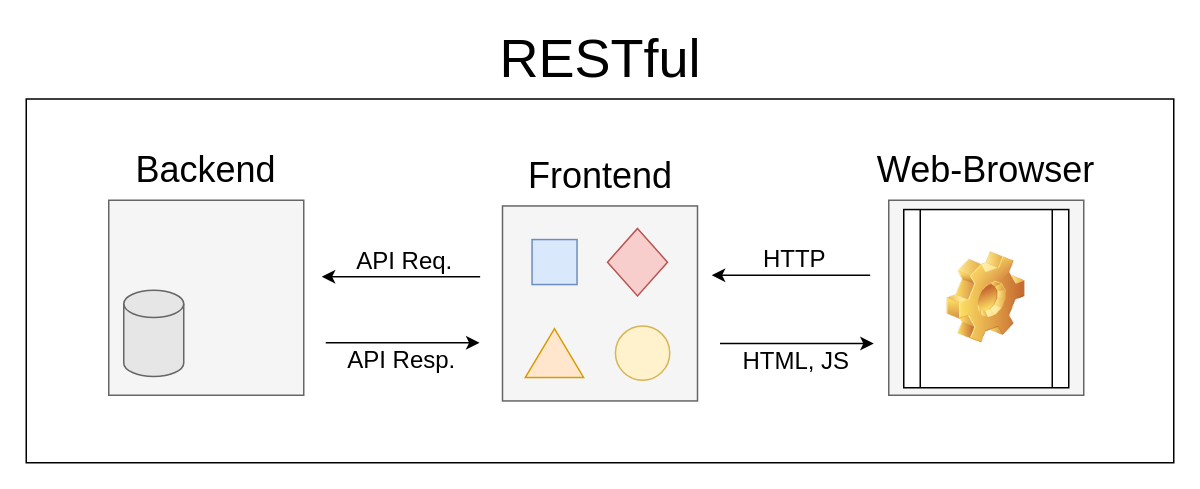
The draw.io diagram images/RESTful.drawio in DamianB-BitFlipper/MEng-Thesis, before the edit. Source tidied: cells renumbered, new cells numbered last; positions are measured from the earlier drawing's top-left corner, leaving out a move shared by most shapes. Both pictures are drawn from the tidied source at 150%, with x=0, y=0 at pixel (26, 42).
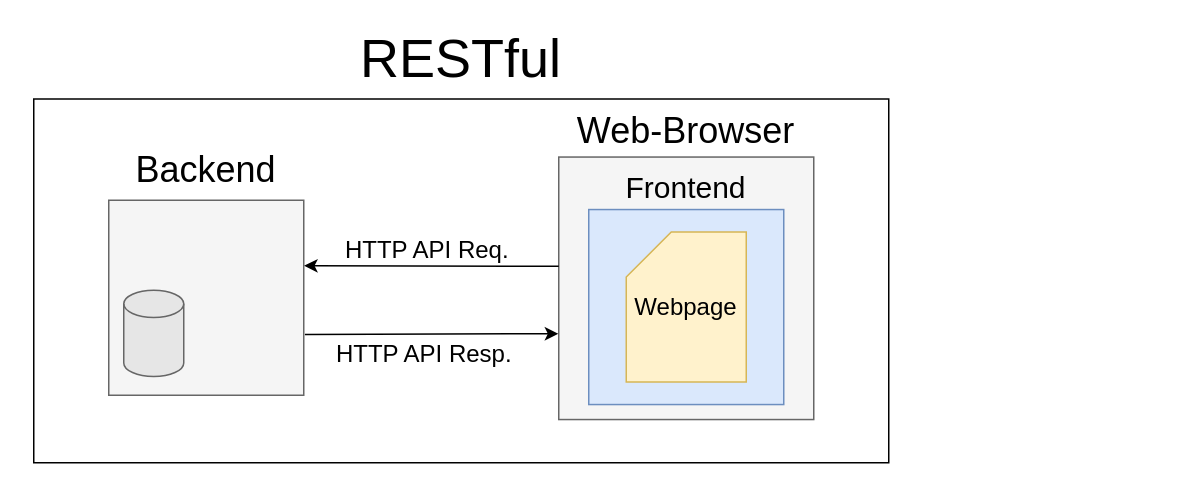
The same page after the edit.

Unchanged cells that the change refers to:
```xml
<mxCell id="10" style="rounded=0;whiteSpace=wrap;html=1;fillColor=#f5f5f5;strokeColor=#666666;fontColor=#333333;" parent="1" vertex="1">
  <mxGeometry x="55" y="105" width="130" height="130" as="geometry" />
</mxCell>
```

The edit, as a diff of the source:
```diff
@@
     <mxCell id="2" style="rounded=0;whiteSpace=wrap;html=1;" parent="1" vertex="1">
-      <mxGeometry y="37.5" width="765" height="242.5" as="geometry" />
+      <mxGeometry x="5" y="37.5" width="570" height="242.5" as="geometry" />
     </mxCell>
     <mxCell id="3" value="&lt;font style=&quot;font-size: 36px&quot;&gt;RESTful&lt;/font&gt;" style="text;html=1;strokeColor=none;fillColor=none;align=center;verticalAlign=middle;whiteSpace=wrap;rounded=0;" parent="1" vertex="1">
-      <mxGeometry x="187.5" width="390" height="20" as="geometry" />
+      <mxGeometry x="95" width="390" height="20" as="geometry" />
     </mxCell>
-    <mxCell id="4" style="rounded=0;whiteSpace=wrap;html=1;fillColor=#f5f5f5;strokeColor=#666666;fontColor=#333333;" parent="1" vertex="1">
-      <mxGeometry x="317.5" y="108.8" width="130" height="130" as="geometry" />
-    </mxCell>
-    <mxCell id="5" value="&lt;font style=&quot;font-size: 24px&quot;&gt;Frontend&lt;/font&gt;" style="text;html=1;strokeColor=none;fillColor=none;align=center;verticalAlign=middle;whiteSpace=wrap;rounded=0;" parent="1" vertex="1">
-      <mxGeometry x="317.5" y="78.8" width="130" height="20" as="geometry" />
-    </mxCell>
-    <mxCell id="6" style="rhombus;whiteSpace=wrap;html=1;fillColor=#f8cecc;strokeColor=#b85450;" parent="1" vertex="1">
-      <mxGeometry x="387.5" y="123.8" width="40" height="45" as="geometry" />
-    </mxCell>
-    <mxCell id="7" style="rounded=0;whiteSpace=wrap;html=1;fillColor=#dae8fc;strokeColor=#6c8ebf;" parent="1" vertex="1">
-      <mxGeometry x="337.2" y="131.2" width="30" height="30" as="geometry" />
-    </mxCell>
-    <mxCell id="8" style="triangle;whiteSpace=wrap;html=1;rotation=-90;fillColor=#ffe6cc;strokeColor=#d79b00;" parent="1" vertex="1">
-      <mxGeometry x="335.9" y="187.5" width="32.5" height="38.8" as="geometry" />
-    </mxCell>
-    <mxCell id="9" style="ellipse;whiteSpace=wrap;html=1;fillColor=#fff2cc;strokeColor=#d6b656;" parent="1" vertex="1">
-      <mxGeometry x="392.8" y="188.8" width="36.2" height="36.2" as="geometry" />
-    </mxCell>
@@
     <mxCell id="13" style="rounded=0;whiteSpace=wrap;html=1;fillColor=#f5f5f5;strokeColor=#666666;fontColor=#333333;" parent="1" vertex="1">
-      <mxGeometry x="575" y="105" width="130" height="130" as="geometry" />
+      <mxGeometry x="355" y="76.2" width="170" height="175" as="geometry" />
     </mxCell>
     <mxCell id="14" value="&lt;font style=&quot;font-size: 24px&quot;&gt;Web-Browser&lt;/font&gt;" style="text;html=1;strokeColor=none;fillColor=none;align=center;verticalAlign=middle;whiteSpace=wrap;rounded=0;" parent="1" vertex="1">
-      <mxGeometry x="565" y="75" width="150" height="20" as="geometry" />
+      <mxGeometry x="365" y="48.8" width="150" height="20" as="geometry" />
     </mxCell>
-    <mxCell id="15" style="shape=process;whiteSpace=wrap;html=1;backgroundOutline=1;" parent="1" vertex="1">
-      <mxGeometry x="585" y="111.2" width="110" height="118.8" as="geometry" />
-    </mxCell>
-    <mxCell id="16" style="shape=image;html=1;verticalLabelPosition=bottom;verticalAlign=top;imageAspect=1;image=img/clipart/Gear_128x128.png;" parent="1" vertex="1">
-      <mxGeometry x="614" y="139.5" width="52" height="61" as="geometry" />
-    </mxCell>
-    <mxCell id="17" style="endArrow=classic;html=1;entryX=0.597;entryY=0.493;entryDx=0;entryDy=0;entryPerimeter=0;exitX=0.735;exitY=0.493;exitDx=0;exitDy=0;exitPerimeter=0;" parent="1" edge="1">
-      <mxGeometry relative="1" as="geometry">
-        <mxPoint x="302.6" y="156" as="sourcePoint" />
-        <mxPoint x="197" y="156" as="targetPoint" />
-      </mxGeometry>
-    </mxCell>
-    <mxCell id="18" value="&lt;div&gt;API Req.&lt;/div&gt;" style="edgeLabel;html=1;align=center;verticalAlign=middle;fontSize=16;" parent="17" vertex="1">
-      <mxGeometry x="0.15" y="1" relative="1" as="geometry">
-        <mxPoint x="10" y="-13" as="offset" />
-      </mxGeometry>
-    </mxCell>
-    <mxCell id="19" style="endArrow=classic;html=1;entryX=0.597;entryY=0.493;entryDx=0;entryDy=0;entryPerimeter=0;exitX=0.735;exitY=0.493;exitDx=0;exitDy=0;exitPerimeter=0;" parent="1" edge="1">
-      <mxGeometry relative="1" as="geometry">
-        <mxPoint x="562.6" y="155" as="sourcePoint" />
-        <mxPoint x="457" y="155" as="targetPoint" />
-      </mxGeometry>
+    <mxCell id="19" style="endArrow=classic;html=1;entryX=1.002;entryY=0.336;entryDx=0;entryDy=0;entryPerimeter=0;exitX=0;exitY=0.416;exitDx=0;exitDy=0;exitPerimeter=0;" parent="1" edge="1" source="13" target="10">
+      <mxGeometry relative="1" as="geometry" />
     </mxCell>
-    <mxCell id="20" value="&lt;div&gt;HTTP&lt;/div&gt;" style="edgeLabel;html=1;align=center;verticalAlign=middle;fontSize=16;" parent="19" vertex="1">
+    <mxCell id="20" value="HTTP API Req." style="edgeLabel;html=1;align=center;verticalAlign=middle;fontSize=16;" parent="19" vertex="1">
       <mxGeometry x="0.15" y="1" relative="1" as="geometry">
-        <mxPoint x="10" y="-13" as="offset" />
+        <mxPoint x="10" y="-12" as="offset" />
       </mxGeometry>
     </mxCell>
-    <mxCell id="21" style="endArrow=classic;html=1;fontSize=16;exitX=0.261;exitY=0.67;exitDx=0;exitDy=0;exitPerimeter=0;entryX=0.395;entryY=0.67;entryDx=0;entryDy=0;entryPerimeter=0;" parent="1" edge="1" source="2" target="2">
-      <mxGeometry relative="1" as="geometry" />
-    </mxCell>
-    <mxCell id="22" value="&lt;div&gt;API Resp.&lt;/div&gt;" style="edgeLabel;html=1;align=center;verticalAlign=middle;fontSize=16;" parent="21" vertex="1">
-      <mxGeometry x="0.86" relative="1" as="geometry">
-        <mxPoint x="-45" y="11" as="offset" />
-      </mxGeometry>
-    </mxCell>
-    <mxCell id="23" style="endArrow=classic;html=1;fontSize=16;exitX=0.261;exitY=0.67;exitDx=0;exitDy=0;exitPerimeter=0;entryX=0.395;entryY=0.67;entryDx=0;entryDy=0;entryPerimeter=0;" parent="1" edge="1">
-      <mxGeometry relative="1" as="geometry">
-        <mxPoint x="462.5" y="200.5" as="sourcePoint" />
-        <mxPoint x="565" y="200.5" as="targetPoint" />
-      </mxGeometry>
+    <mxCell id="23" style="endArrow=classic;html=1;fontSize=16;exitX=1.006;exitY=0.688;exitDx=0;exitDy=0;exitPerimeter=0;entryX=-0.002;entryY=0.673;entryDx=0;entryDy=0;entryPerimeter=0;" parent="1" edge="1" source="10" target="13">
+      <mxGeometry relative="1" as="geometry" />
     </mxCell>
-    <mxCell id="24" value="&lt;div&gt;HTML, JS&lt;br&gt;&lt;/div&gt;" style="edgeLabel;html=1;align=center;verticalAlign=middle;fontSize=16;" parent="23" vertex="1">
+    <mxCell id="24" value="&lt;div&gt;HTTP API Resp.&lt;br&gt;&lt;/div&gt;" style="edgeLabel;html=1;align=center;verticalAlign=middle;fontSize=16;" parent="23" vertex="1">
       <mxGeometry x="0.86" relative="1" as="geometry">
-        <mxPoint x="-45" y="11" as="offset" />
+        <mxPoint x="-78" y="12" as="offset" />
       </mxGeometry>
     </mxCell>
+    <mxCell id="4" style="rounded=0;whiteSpace=wrap;html=1;fillColor=#dae8fc;strokeColor=#6c8ebf;" parent="1" vertex="1">
+      <mxGeometry x="375" y="111.2" width="130" height="130" as="geometry" />
+    </mxCell>
+    <mxCell id="5" value="&lt;font style=&quot;font-size: 20px&quot;&gt;Frontend&lt;/font&gt;" style="text;html=1;strokeColor=none;fillColor=none;align=center;verticalAlign=middle;whiteSpace=wrap;rounded=0;" parent="1" vertex="1">
+      <mxGeometry x="375" y="86.2" width="130" height="20" as="geometry" />
+    </mxCell>
+    <mxCell id="25" value="&lt;font style=&quot;font-size: 16px&quot;&gt;Webpage&lt;/font&gt;" style="shape=card;whiteSpace=wrap;html=1;fillColor=#fff2cc;strokeColor=#d6b656;" parent="1" vertex="1">
+      <mxGeometry x="400" y="126.2" width="80" height="100" as="geometry" />
+    </mxCell>
```
